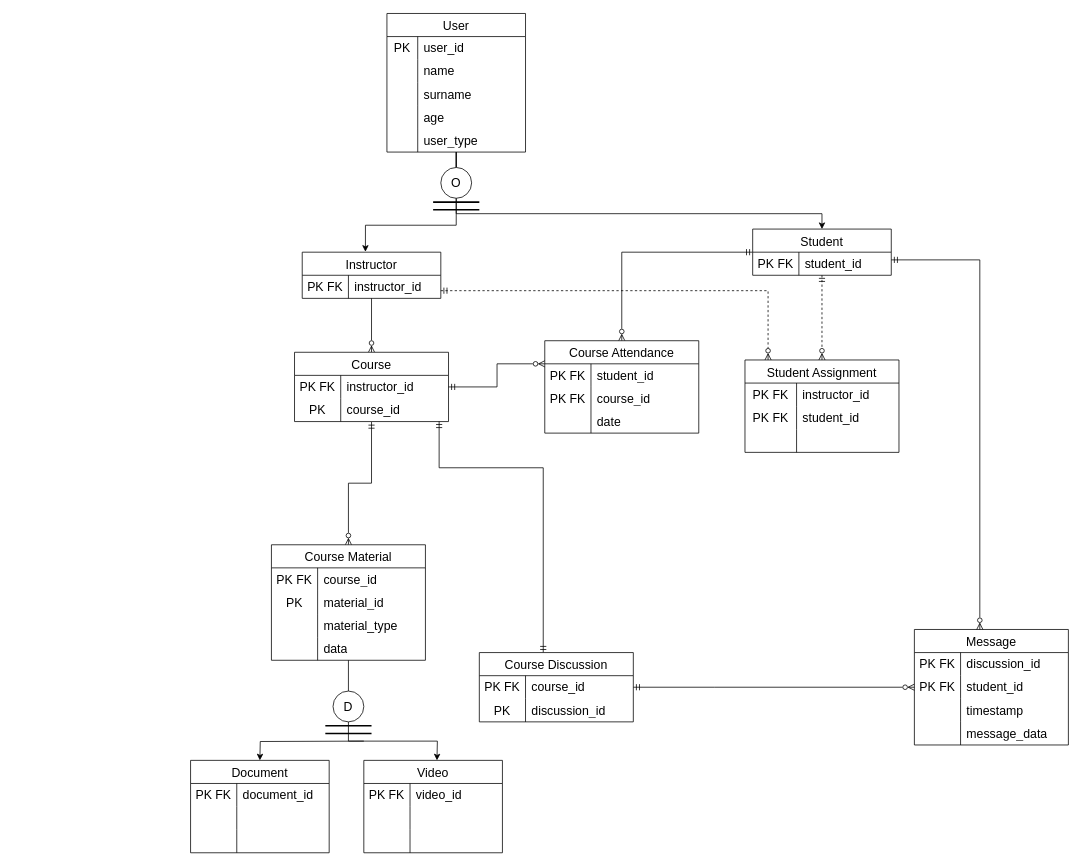
Luieitalian/VTYS keeps this draw.io diagram as Başlıksız Diyagram.drawio. Above is the earlier version. Source tidied: cells renumbered, new cells numbered last; positions are measured from the earlier drawing's top-left corner, leaving out a move shared by most shapes. Both pictures are drawn from the tidied source at 77%, with x=0, y=0 at pixel (190, 13).
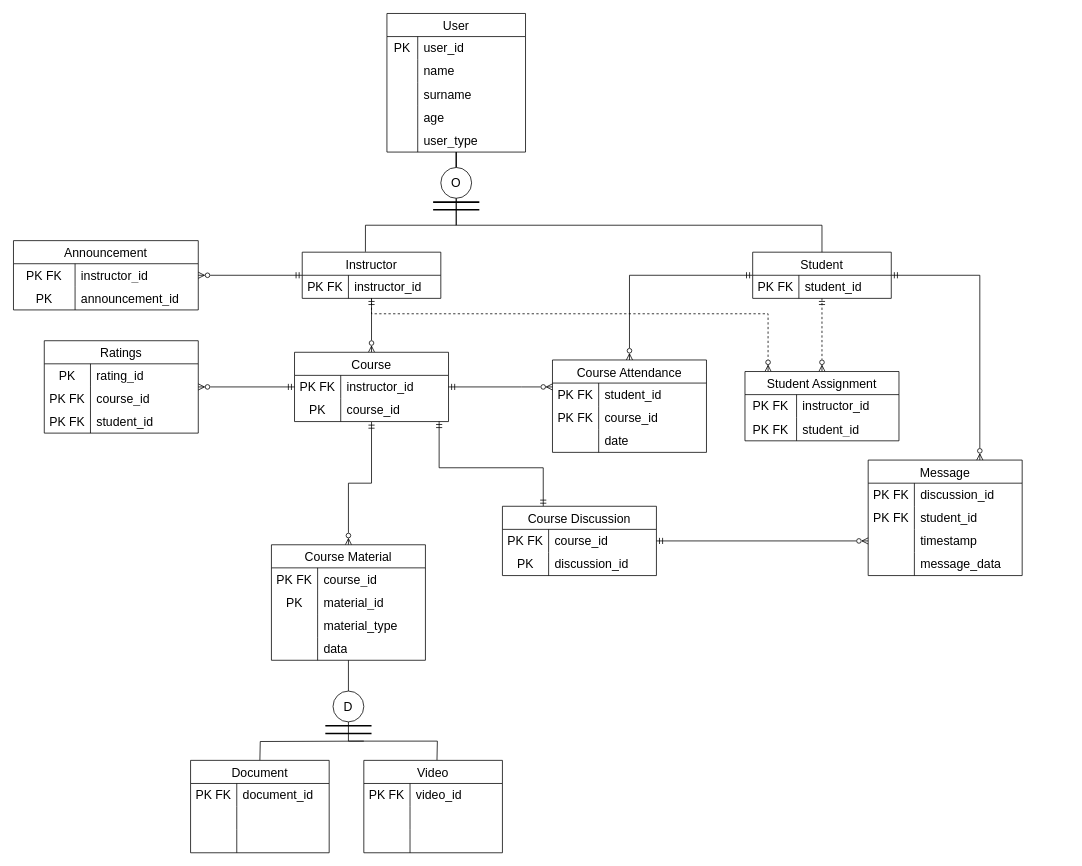
The same diagram, later.

The change refers to these unchanged cells:
```xml
<mxCell id="20" value="Instructor" style="shape=table;startSize=30;childLayout=tableLayout;rowLines=0;fontStyle=0;strokeColor=default;fontSize=16;" parent="1" vertex="1">
  <mxGeometry x="145" y="310" width="180" height="60" as="geometry" />
</mxCell>
<mxCell id="31" value="O" style="ellipse;whiteSpace=wrap;html=1;fontSize=16;startSize=30;fontStyle=0;" parent="1" vertex="1">
  <mxGeometry x="325" y="200" width="40" height="40" as="geometry" />
</mxCell>
<mxCell id="37" value="Course" style="shape=table;startSize=30;childLayout=tableLayout;rowLines=0;fontStyle=0;strokeColor=default;fontSize=16;" parent="1" vertex="1">
  <mxGeometry x="135" y="440" width="200" height="90" as="geometry" />
</mxCell>
<mxCell id="38" style="shape=tableRow;horizontal=0;startSize=0;swimlaneHead=0;swimlaneBody=0;top=0;left=0;bottom=0;right=0;fillColor=none;points=[[0,0.5],[1,0.5]];portConstraint=eastwest;strokeColor=inherit;fontSize=16;" parent="37" vertex="1">
  <mxGeometry y="30" width="200" height="30" as="geometry" />
</mxCell>
<mxCell id="70" value="D" style="ellipse;whiteSpace=wrap;html=1;fontSize=16;startSize=30;fontStyle=0;" parent="1" vertex="1">
  <mxGeometry x="185" y="880" width="40" height="40" as="geometry" />
</mxCell>
<mxCell id="97" style="shape=tableRow;horizontal=0;startSize=0;swimlaneHead=0;swimlaneBody=0;top=0;left=0;bottom=0;right=0;fillColor=none;points=[[0,0.5],[1,0.5]];portConstraint=eastwest;strokeColor=inherit;fontSize=16;" parent="96" vertex="1">
  <mxGeometry y="30" width="200" height="30" as="geometry" />
</mxCell>
<mxCell id="107" style="shape=tableRow;horizontal=0;startSize=0;swimlaneHead=0;swimlaneBody=0;top=0;left=0;bottom=0;right=0;fillColor=none;points=[[0,0.5],[1,0.5]];portConstraint=eastwest;strokeColor=inherit;fontSize=16;" parent="103" vertex="1">
  <mxGeometry y="60" width="200" height="30" as="geometry" />
</mxCell>
<mxCell id="110" style="shape=tableRow;horizontal=0;startSize=0;swimlaneHead=0;swimlaneBody=0;top=0;left=0;bottom=0;right=0;fillColor=none;points=[[0,0.5],[1,0.5]];portConstraint=eastwest;strokeColor=inherit;fontSize=16;" parent="103" vertex="1">
  <mxGeometry y="90" width="200" height="30" as="geometry" />
</mxCell>
```

What changed in the source:
```diff
@@
     <mxCell id="19" style="edgeStyle=orthogonalEdgeStyle;jettySize=auto;html=1;strokeColor=default;rounded=0;startArrow=ERmandOne;startFill=0;endArrow=ERzeroToMany;endFill=0;jumpStyle=none;shadow=0;dashed=1;" parent="1" edge="1" source="20" target="117">
       <mxGeometry relative="1" as="geometry">
         <Array as="points">
-          <mxPoint x="750" y="360" />
+          <mxPoint x="235" y="390" />
+          <mxPoint x="750" y="390" />
         </Array>
       </mxGeometry>
     </mxCell>
+    <mxCell id="127" style="edgeStyle=orthogonalEdgeStyle;rounded=0;jettySize=auto;html=1;startArrow=ERmandOne;startFill=0;endArrow=ERzeroToMany;endFill=0;" parent="1" edge="1" source="20" target="129">
+      <mxGeometry relative="1" as="geometry" />
+    </mxCell>
@@
     <mxCell id="26" value="Student" style="shape=table;startSize=30;childLayout=tableLayout;rowLines=0;fontStyle=0;strokeColor=default;fontSize=16;" parent="1" vertex="1">
-      <mxGeometry x="730" y="280" width="180" height="60" as="geometry" />
+      <mxGeometry x="730" y="310" width="180" height="60" as="geometry" />
     </mxCell>
@@
-    <mxCell id="30" style="edgeStyle=orthogonalEdgeStyle;rounded=0;jettySize=auto;html=1;entryX=0.5;entryY=0;entryDx=0;entryDy=0;exitX=0.5;exitY=1;exitDx=0;exitDy=0;" parent="1" edge="1" source="31" target="26">
+    <mxCell id="30" style="edgeStyle=orthogonalEdgeStyle;rounded=0;jettySize=auto;html=1;entryX=0.5;entryY=0;entryDx=0;entryDy=0;exitX=0.5;exitY=1;exitDx=0;exitDy=0;endArrow=none;endFill=0;" parent="1" edge="1" source="31" target="26">
       <mxGeometry relative="1" as="geometry" />
     </mxCell>
@@
-    <mxCell id="32" style="edgeStyle=orthogonalEdgeStyle;rounded=0;jettySize=auto;html=1;entryX=0.456;entryY=-0.009;entryDx=0;entryDy=0;entryPerimeter=0;" parent="1" edge="1" source="31" target="20">
+    <mxCell id="32" style="edgeStyle=orthogonalEdgeStyle;rounded=0;jettySize=auto;html=1;entryX=0.456;entryY=-0.009;entryDx=0;entryDy=0;entryPerimeter=0;endArrow=none;endFill=0;" parent="1" edge="1" source="31" target="20">
       <mxGeometry relative="1" as="geometry" />
     </mxCell>
@@
+    <mxCell id="128" style="edgeStyle=orthogonalEdgeStyle;rounded=0;jettySize=auto;html=1;endArrow=ERzeroToMany;endFill=0;startArrow=ERmandOne;startFill=0;" parent="1" edge="1" source="37" target="136">
+      <mxGeometry relative="1" as="geometry" />
+    </mxCell>
@@
     <mxCell id="44" value="Course Attendance" style="shape=table;startSize=30;childLayout=tableLayout;rowLines=0;fontStyle=0;strokeColor=default;fontSize=16;" parent="1" vertex="1">
-      <mxGeometry x="460" y="425" width="200" height="120" as="geometry" />
+      <mxGeometry x="470" y="450" width="200" height="120" as="geometry" />
     </mxCell>
@@
-    <mxCell id="69" style="edgeStyle=orthogonalEdgeStyle;rounded=0;jettySize=auto;html=1;exitX=0.5;exitY=1;exitDx=0;exitDy=0;" parent="1" edge="1" source="70">
+    <mxCell id="69" style="edgeStyle=orthogonalEdgeStyle;rounded=0;jettySize=auto;html=1;exitX=0.5;exitY=1;exitDx=0;exitDy=0;endArrow=none;endFill=0;" parent="1" edge="1" source="70">
       <mxGeometry relative="1" as="geometry">
         <mxPoint x="320" y="970" as="targetPoint" />
       </mxGeometry>
     </mxCell>
@@
-    <mxCell id="73" style="edgeStyle=orthogonalEdgeStyle;rounded=0;orthogonalLoop=1;jettySize=auto;html=1;exitX=0.5;exitY=1;exitDx=0;exitDy=0;" parent="1" edge="1">
+    <mxCell id="73" style="edgeStyle=orthogonalEdgeStyle;rounded=0;orthogonalLoop=1;jettySize=auto;html=1;exitX=0.5;exitY=1;exitDx=0;exitDy=0;endArrow=none;endFill=0;" parent="1" edge="1">
       <mxGeometry relative="1" as="geometry">
         <mxPoint x="225" y="945" as="sourcePoint" />
         <mxPoint x="90" y="970" as="targetPoint" />
       </mxGeometry>
     </mxCell>
@@
     <mxCell id="94" style="edgeStyle=orthogonalEdgeStyle;rounded=0;jettySize=auto;html=1;startArrow=ERmandOne;startFill=0;endArrow=ERzeroToMany;endFill=0;" parent="1" edge="1" source="38" target="44">
       <mxGeometry relative="1" as="geometry">
         <Array as="points">
-          <mxPoint x="398" y="485" />
-          <mxPoint x="398" y="455" />
+          <mxPoint x="430" y="485" />
+          <mxPoint x="430" y="485" />
         </Array>
       </mxGeometry>
     </mxCell>
-    <mxCell id="95" style="edgeStyle=orthogonalEdgeStyle;rounded=0;jettySize=auto;html=1;startArrow=ERmandOne;startFill=0;endArrow=ERzeroToMany;endFill=0;entryX=0;entryY=0.5;entryDx=0;entryDy=0;" parent="1" edge="1" source="96" target="107">
-      <mxGeometry relative="1" as="geometry">
-        <Array as="points">
-          <mxPoint x="680" y="875" />
-          <mxPoint x="680" y="875" />
-        </Array>
-      </mxGeometry>
+    <mxCell id="95" style="edgeStyle=orthogonalEdgeStyle;rounded=0;jettySize=auto;html=1;startArrow=ERmandOne;startFill=0;endArrow=ERzeroToMany;endFill=0;exitX=1;exitY=0.5;exitDx=0;exitDy=0;entryX=0;entryY=0.5;entryDx=0;entryDy=0;" parent="1" edge="1" source="97" target="110">
+      <mxGeometry relative="1" as="geometry" />
     </mxCell>
     <mxCell id="96" value="Course Discussion" style="shape=table;startSize=30;childLayout=tableLayout;rowLines=0;fontStyle=0;strokeColor=default;fontSize=16;" parent="1" vertex="1">
-      <mxGeometry x="375" y="830" width="200" height="90" as="geometry" />
+      <mxGeometry x="405" y="640" width="200" height="90" as="geometry" />
     </mxCell>
@@
     <mxCell id="103" value="Message" style="shape=table;startSize=30;childLayout=tableLayout;rowLines=0;fontStyle=0;strokeColor=default;fontSize=16;" parent="1" vertex="1">
-      <mxGeometry x="940" y="800" width="200" height="150" as="geometry" />
+      <mxGeometry x="880" y="580" width="200" height="150" as="geometry" />
     </mxCell>
@@
     <mxCell id="116" style="edgeStyle=orthogonalEdgeStyle;rounded=0;jettySize=auto;html=1;startArrow=ERmandOne;startFill=0;endArrow=ERzeroToMany;endFill=0;" parent="1" edge="1" target="103">
       <mxGeometry relative="1" as="geometry">
-        <mxPoint x="910" y="320" as="sourcePoint" />
+        <mxPoint x="910" y="340" as="sourcePoint" />
         <Array as="points">
-          <mxPoint x="1025" y="320" />
+          <mxPoint x="910" y="340" />
+          <mxPoint x="1025" y="340" />
         </Array>
       </mxGeometry>
     </mxCell>
     <mxCell id="117" value="Student Assignment" style="shape=table;startSize=30;childLayout=tableLayout;rowLines=0;fontStyle=0;strokeColor=default;fontSize=16;" parent="1" vertex="1">
-      <mxGeometry x="720" y="450" width="200" height="120" as="geometry" />
+      <mxGeometry x="720" y="465" width="200" height="90" as="geometry" />
     </mxCell>
@@
+    <mxCell id="129" value="Announcement" style="shape=table;startSize=30;childLayout=tableLayout;rowLines=0;fontStyle=0;strokeColor=default;fontSize=16;" parent="1" vertex="1">
+      <mxGeometry x="-230" y="295" width="240" height="90" as="geometry" />
+    </mxCell>
+    <mxCell id="130" style="shape=tableRow;horizontal=0;startSize=0;swimlaneHead=0;swimlaneBody=0;top=0;left=0;bottom=0;right=0;fillColor=none;strokeColor=inherit;fontSize=16;" parent="129" vertex="1">
+      <mxGeometry y="30" width="240" height="30" as="geometry" />
+    </mxCell>
+    <mxCell id="131" value="PK FK" style="shape=partialRectangle;html=1;whiteSpace=wrap;fillColor=none;top=0;left=0;bottom=0;right=0;overflow=hidden;strokeColor=inherit;fontSize=16;" parent="130" vertex="1">
+      <mxGeometry width="80" height="30" as="geometry" />
+    </mxCell>
+    <mxCell id="132" value="instructor_id" style="shape=partialRectangle;html=1;whiteSpace=wrap;fillColor=none;top=0;left=0;bottom=0;right=0;align=left;spacingLeft=6;overflow=hidden;strokeColor=inherit;fontSize=16;" parent="130" vertex="1">
+      <mxGeometry x="80" width="160" height="30" as="geometry" />
+    </mxCell>
+    <mxCell id="133" style="shape=tableRow;horizontal=0;startSize=0;swimlaneHead=0;swimlaneBody=0;top=0;left=0;bottom=0;right=0;fillColor=none;strokeColor=inherit;fontSize=16;" parent="129" vertex="1">
+      <mxGeometry y="60" width="240" height="30" as="geometry" />
+    </mxCell>
+    <mxCell id="134" value="PK" style="shape=partialRectangle;html=1;whiteSpace=wrap;fillColor=none;top=0;left=0;bottom=0;right=0;overflow=hidden;strokeColor=inherit;fontSize=16;" parent="133" vertex="1">
+      <mxGeometry width="80" height="30" as="geometry" />
+    </mxCell>
+    <mxCell id="135" value="announcement_id" style="shape=partialRectangle;html=1;whiteSpace=wrap;fillColor=none;top=0;left=0;bottom=0;right=0;align=left;spacingLeft=6;overflow=hidden;strokeColor=inherit;fontSize=16;" parent="133" vertex="1">
+      <mxGeometry x="80" width="160" height="30" as="geometry" />
+    </mxCell>
+    <mxCell id="136" value="Ratings" style="shape=table;startSize=30;childLayout=tableLayout;rowLines=0;fontStyle=0;strokeColor=default;fontSize=16;" parent="1" vertex="1">
+      <mxGeometry x="-190" y="425" width="200" height="120" as="geometry" />
+    </mxCell>
+    <mxCell id="137" style="shape=tableRow;horizontal=0;startSize=0;swimlaneHead=0;swimlaneBody=0;top=0;left=0;bottom=0;right=0;fillColor=none;strokeColor=inherit;fontSize=16;" parent="136" vertex="1">
+      <mxGeometry y="30" width="200" height="30" as="geometry" />
+    </mxCell>
+    <mxCell id="138" value="PK" style="shape=partialRectangle;html=1;whiteSpace=wrap;fillColor=none;top=0;left=0;bottom=0;right=0;overflow=hidden;strokeColor=inherit;fontSize=16;" parent="137" vertex="1">
+      <mxGeometry width="60" height="30" as="geometry" />
+    </mxCell>
+    <mxCell id="139" value="rating_id" style="shape=partialRectangle;html=1;whiteSpace=wrap;fillColor=none;top=0;left=0;bottom=0;right=0;align=left;spacingLeft=6;overflow=hidden;strokeColor=inherit;fontSize=16;" parent="137" vertex="1">
+      <mxGeometry x="60" width="140" height="30" as="geometry" />
+    </mxCell>
+    <mxCell id="140" style="shape=tableRow;horizontal=0;startSize=0;swimlaneHead=0;swimlaneBody=0;top=0;left=0;bottom=0;right=0;fillColor=none;strokeColor=inherit;fontSize=16;" parent="136" vertex="1">
+      <mxGeometry y="60" width="200" height="30" as="geometry" />
+    </mxCell>
+    <mxCell id="141" value="PK FK" style="shape=partialRectangle;html=1;whiteSpace=wrap;fillColor=none;top=0;left=0;bottom=0;right=0;overflow=hidden;strokeColor=inherit;fontSize=16;" parent="140" vertex="1">
+      <mxGeometry width="60" height="30" as="geometry" />
+    </mxCell>
+    <mxCell id="142" value="course_id" style="shape=partialRectangle;html=1;whiteSpace=wrap;fillColor=none;top=0;left=0;bottom=0;right=0;align=left;spacingLeft=6;overflow=hidden;strokeColor=inherit;fontSize=16;" parent="140" vertex="1">
+      <mxGeometry x="60" width="140" height="30" as="geometry" />
+    </mxCell>
-    <mxCell id="124" style="shape=tableRow;horizontal=0;startSize=0;swimlaneHead=0;swimlaneBody=0;top=0;left=0;bottom=0;right=0;fillColor=none;strokeColor=inherit;fontSize=16;" parent="117" vertex="1">
+    <mxCell id="124" style="shape=tableRow;horizontal=0;startSize=0;swimlaneHead=0;swimlaneBody=0;top=0;left=0;bottom=0;right=0;fillColor=none;strokeColor=inherit;fontSize=16;" parent="136" vertex="1">
       <mxGeometry y="90" width="200" height="30" as="geometry" />
     </mxCell>
-    <mxCell id="125" style="shape=partialRectangle;html=1;whiteSpace=wrap;fillColor=none;top=0;left=0;bottom=0;right=0;overflow=hidden;strokeColor=inherit;fontSize=16;" parent="124" vertex="1">
-      <mxGeometry width="67" height="30" as="geometry" />
-    </mxCell>
-    <mxCell id="126" style="shape=partialRectangle;html=1;whiteSpace=wrap;fillColor=none;top=0;left=0;bottom=0;right=0;align=left;spacingLeft=6;overflow=hidden;strokeColor=inherit;fontSize=16;" parent="124" vertex="1">
-      <mxGeometry x="67" width="133" height="30" as="geometry" />
-    </mxCell>
+    <mxCell id="143" value="PK FK" style="shape=partialRectangle;html=1;whiteSpace=wrap;fillColor=none;top=0;left=0;bottom=0;right=0;overflow=hidden;strokeColor=inherit;fontSize=16;" parent="124" vertex="1">
+      <mxGeometry width="60" height="30" as="geometry" />
+    </mxCell>
+    <mxCell id="144" value="student_id" style="shape=partialRectangle;html=1;whiteSpace=wrap;fillColor=none;top=0;left=0;bottom=0;right=0;align=left;spacingLeft=6;overflow=hidden;strokeColor=inherit;fontSize=16;" parent="124" vertex="1">
+      <mxGeometry x="60" width="140" height="30" as="geometry" />
+    </mxCell>
```
